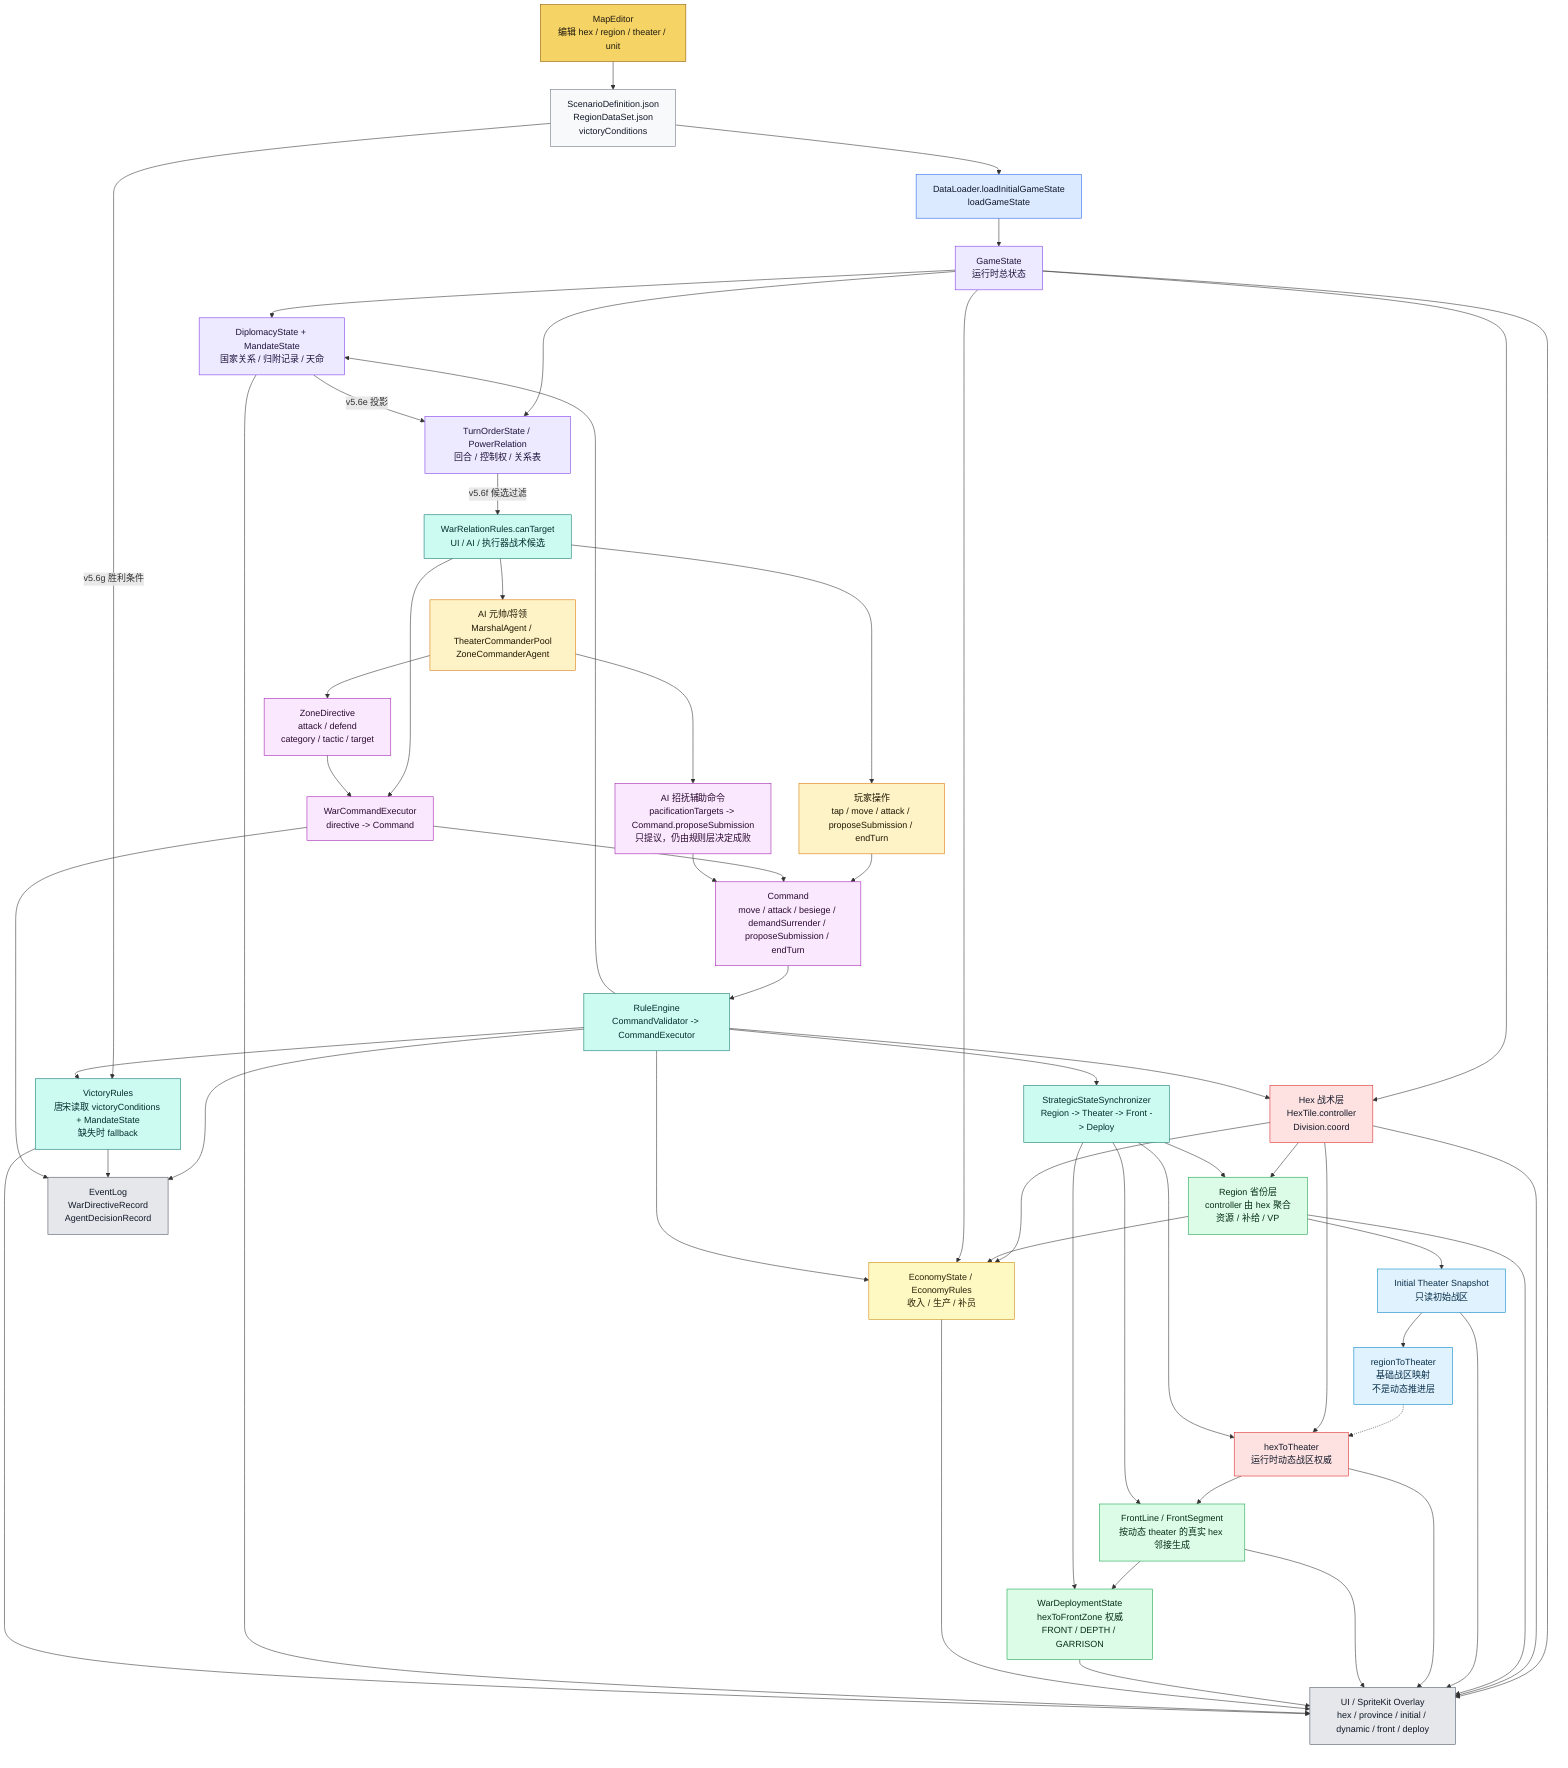
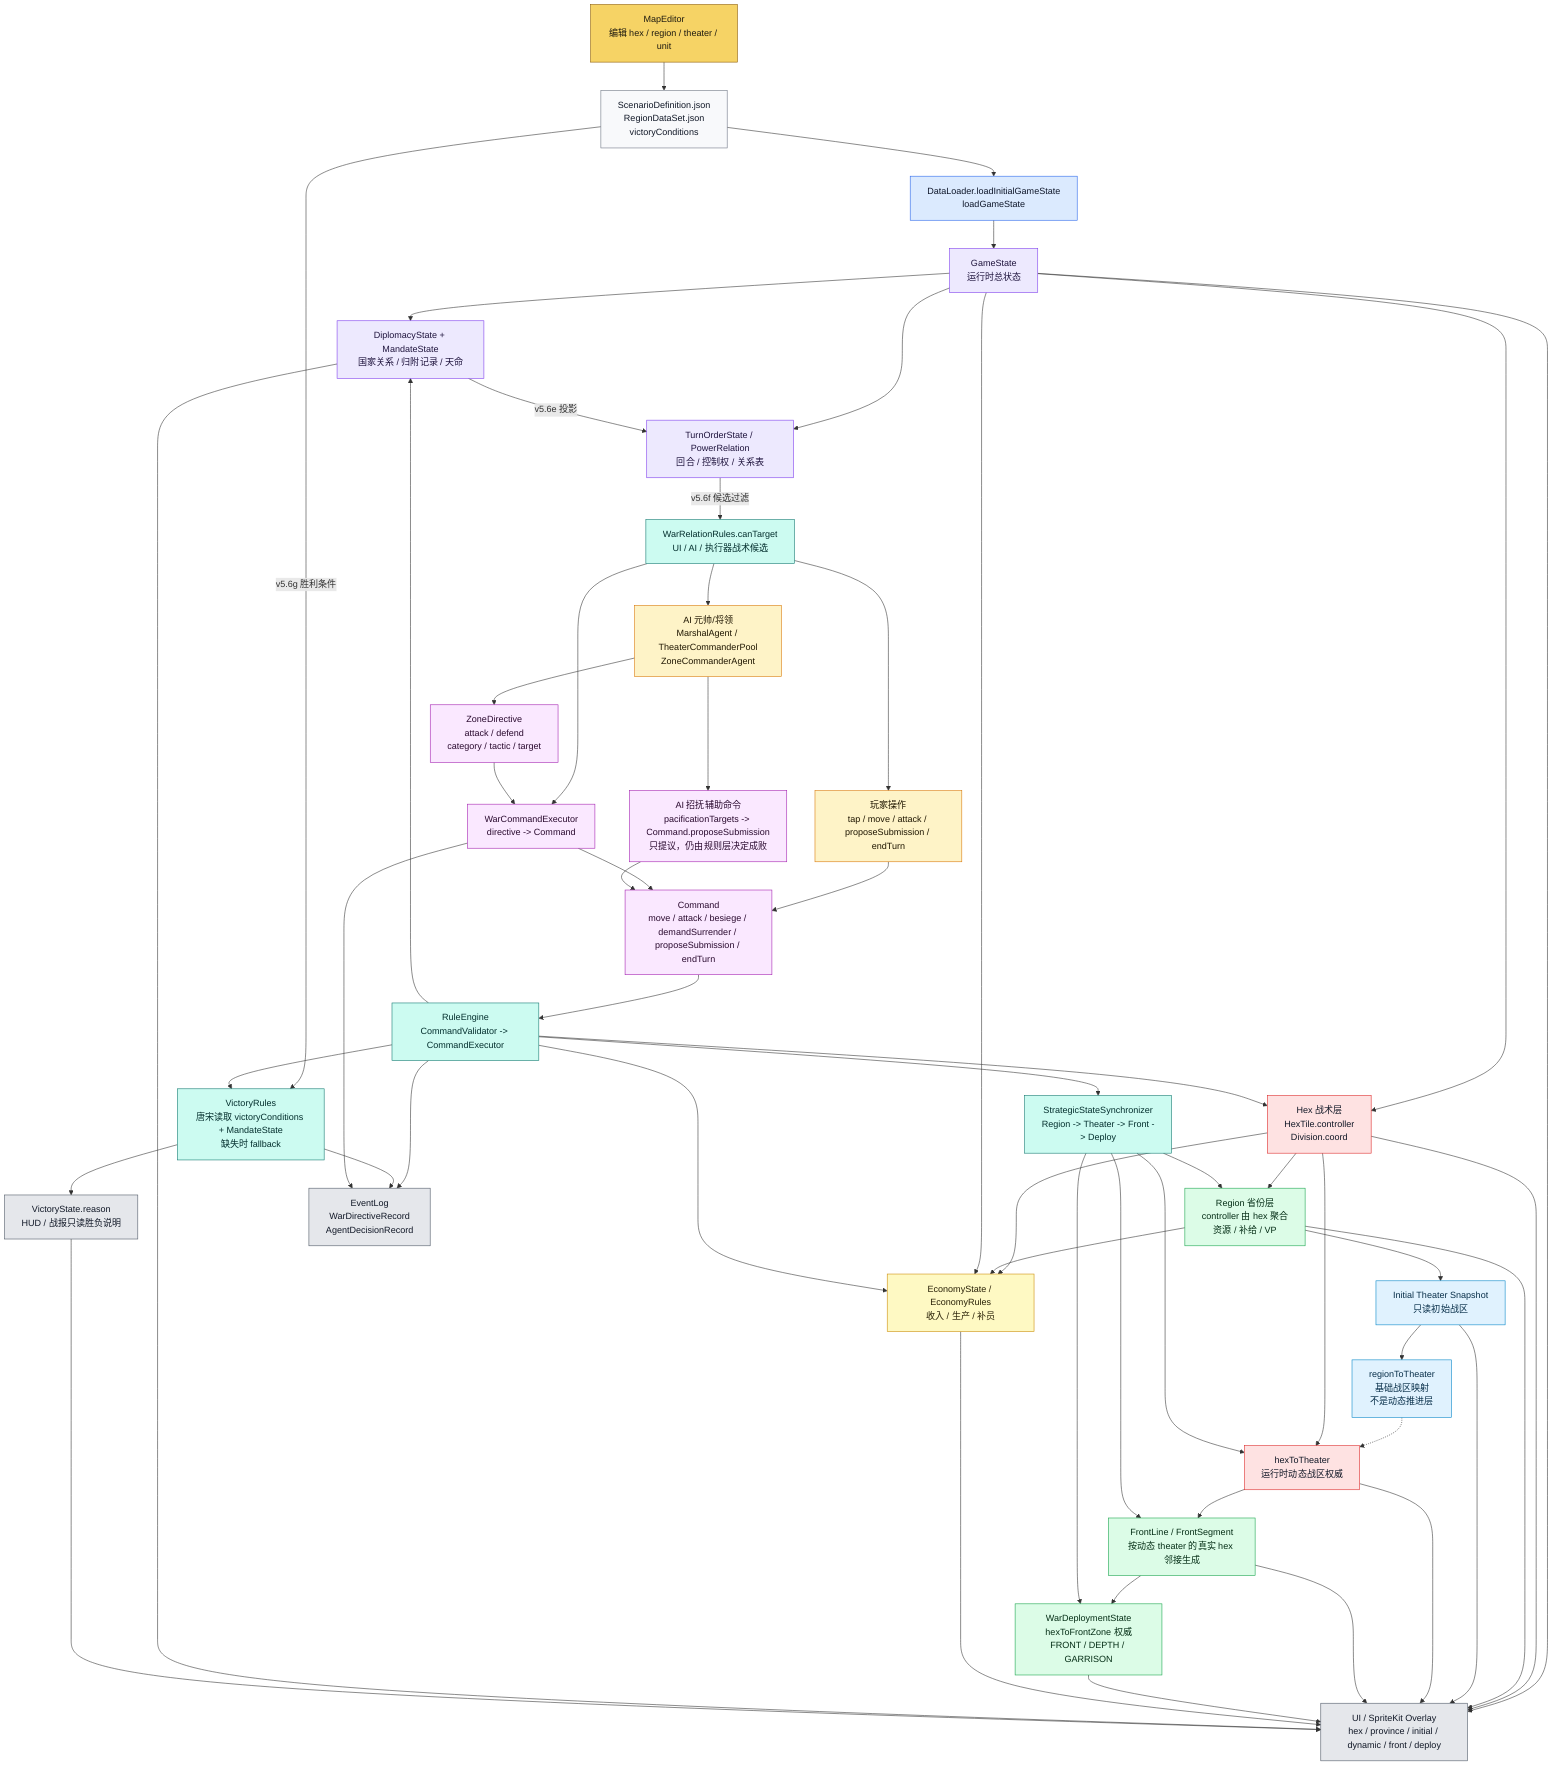
flowchart TD
    ME["MapEditor<br/>编辑 hex / region / theater / unit"]:::editor
    JSON["ScenarioDefinition.json<br/>RegionDataSet.json<br/>victoryConditions"]:::data
    DL["DataLoader.loadInitialGameState<br/>loadGameState"]:::loader
    GS["GameState<br/>运行时总状态"]:::state

    HEX["Hex 战术层<br/>HexTile.controller<br/>Division.coord"]:::authority
    REGION["Region 省份层<br/>controller 由 hex 聚合<br/>资源 / 补给 / VP"]:::derived
    INIT["Initial Theater Snapshot<br/>只读初始战区"]:::snapshot
    R2T["regionToTheater<br/>基础战区映射<br/>不是动态推进层"]:::snapshot
    H2T["hexToTheater<br/>运行时动态战区权威"]:::authority
    FRONT["FrontLine / FrontSegment<br/>按动态 theater 的真实 hex 邻接生成"]:::derived
    DEPLOY["WarDeploymentState<br/>hexToFrontZone 权威<br/>FRONT / DEPTH / GARRISON"]:::derived
    ECO["EconomyState / EconomyRules<br/>收入 / 生产 / 补员"]:::economy
    DIP["DiplomacyState + MandateState<br/>国家关系 / 归附记录 / 天命"]:::state
    TURN["TurnOrderState / PowerRelation<br/>回合 / 控制权 / 关系表"]:::state
    RELCAND["WarRelationRules.canTarget<br/>UI / AI / 执行器战术候选"]:::rules
    VICT["VictoryRules<br/>唐宋读取 victoryConditions + MandateState<br/>缺失时 fallback"]:::rules
+     VICTEXT["VictoryState.reason<br/>HUD / 战报只读胜负说明"]:::ui

    PLAYER["玩家操作<br/>tap / move / attack / proposeSubmission / endTurn"]:::input
    AI["AI 元帅/将领<br/>MarshalAgent / TheaterCommanderPool<br/>ZoneCommanderAgent"]:::input
    AIPAC["AI 招抚辅助命令<br/>pacificationTargets -> Command.proposeSubmission<br/>只提议，仍由规则层决定成败"]:::command
    ZD["ZoneDirective<br/>attack / defend<br/>category / tactic / target"]:::command
    WCE["WarCommandExecutor<br/>directive -> Command"]:::command
    CMD["Command<br/>move / attack / besiege / demandSurrender / proposeSubmission / endTurn"]:::command
    RE["RuleEngine<br/>CommandValidator -> CommandExecutor"]:::rules
    SYNC["StrategicStateSynchronizer<br/>Region -> Theater -> Front -> Deploy"]:::rules

    UI["UI / SpriteKit Overlay<br/>hex / province / initial / dynamic / front / deploy"]:::ui
    LOG["EventLog<br/>WarDirectiveRecord<br/>AgentDecisionRecord"]:::ui

    ME --> JSON --> DL --> GS
    GS --> HEX
    HEX --> REGION
    HEX --> ECO
    REGION --> ECO
    REGION --> INIT
    INIT --> R2T
    R2T -.-> H2T
    HEX --> H2T
    H2T --> FRONT --> DEPLOY
    GS --> ECO
    GS --> DIP
    GS --> TURN
    DIP -->|v5.6e 投影| TURN
    TURN -->|v5.6f 候选过滤| RELCAND
    JSON -->|v5.6g 胜利条件| VICT

    PLAYER --> CMD
    RELCAND --> PLAYER
    RELCAND --> AI
    RELCAND --> WCE
    AI --> ZD --> WCE --> CMD
    AI --> AIPAC --> CMD
    CMD --> RE --> HEX
    RE --> ECO
    RE --> DIP
    RE --> VICT
    RE --> SYNC
    SYNC --> REGION
    SYNC --> H2T
    SYNC --> FRONT
    SYNC --> DEPLOY

    GS --> UI
    HEX --> UI
    REGION --> UI
    INIT --> UI
    H2T --> UI
    FRONT --> UI
    DEPLOY --> UI
    ECO --> UI
    DIP --> UI
-     VICT --> UI
+     VICT --> VICTEXT --> UI
    RE --> LOG
    VICT --> LOG
    WCE --> LOG

    classDef editor fill:#f6d365,stroke:#8a5a00,color:#1f1b10
    classDef data fill:#f8f9fb,stroke:#6b7280,color:#111827
    classDef loader fill:#dbeafe,stroke:#2563eb,color:#0f172a
    classDef state fill:#ede9fe,stroke:#7c3aed,color:#1f143d
    classDef authority fill:#fee2e2,stroke:#dc2626,color:#111827
    classDef derived fill:#dcfce7,stroke:#16a34a,color:#052e16
    classDef snapshot fill:#e0f2fe,stroke:#0284c7,color:#082f49
    classDef input fill:#fef3c7,stroke:#d97706,color:#1f1600
    classDef economy fill:#fef9c3,stroke:#ca8a04,color:#292107
    classDef command fill:#fae8ff,stroke:#a21caf,color:#2a0a2f
    classDef rules fill:#ccfbf1,stroke:#0f766e,color:#042f2e
    classDef ui fill:#e5e7eb,stroke:#4b5563,color:#111827
